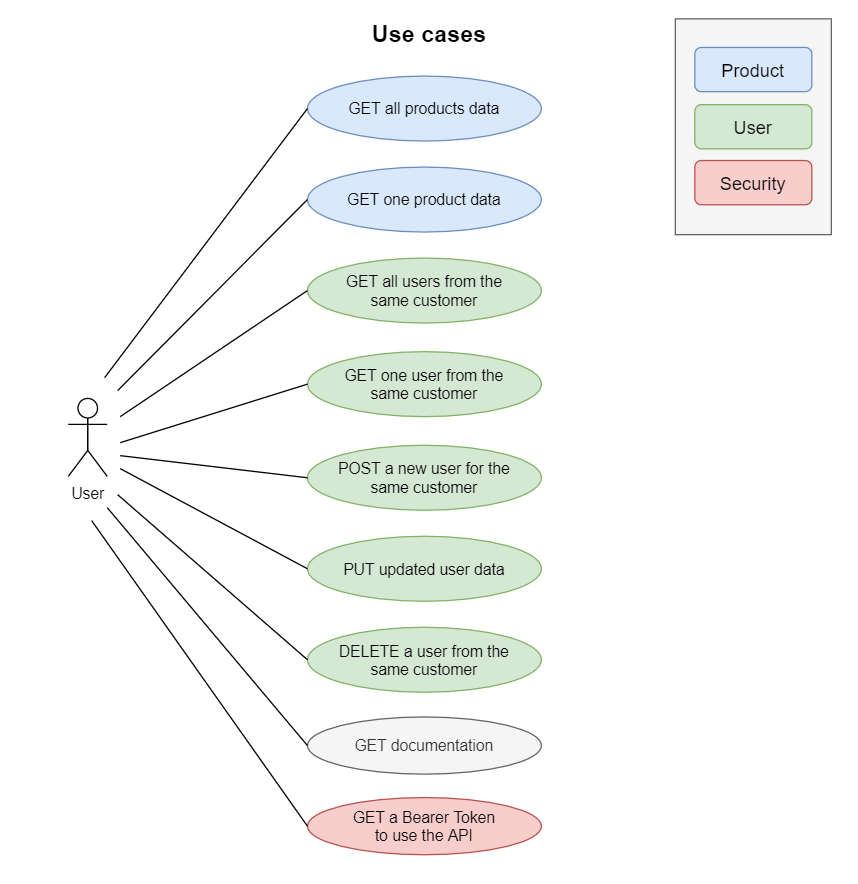
Above: UML/use-cases.png in ElodieBichet/BileMo-API (draw.io), before the change. Source tidied: cells renumbered, new cells last; positions are measured from the earlier drawing's top-left corner, leaving out a move shared by most shapes. The source it was exported from:
```xml
<mxGraphModel>
  <root>
    <mxCell id="0" />
    <mxCell id="1" parent="0" />
    <mxCell id="2" style="rounded=0;whiteSpace=wrap;html=1;fontSize=18;fillColor=#f5f5f5;strokeColor=#666666;fontColor=#333333;" parent="1" vertex="1">
      <mxGeometry x="467" y="3" width="120" height="166" as="geometry" />
    </mxCell>
    <mxCell id="3" value="User" style="shape=umlActor;verticalLabelPosition=bottom;verticalAlign=top;html=1;" parent="1" vertex="1">
      <mxGeometry y="295" width="30" height="60" as="geometry" />
    </mxCell>
    <mxCell id="4" value="GET all products data" style="ellipse;whiteSpace=wrap;html=1;fillColor=#dae8fc;strokeColor=#6c8ebf;" parent="1" vertex="1">
      <mxGeometry x="184" y="47" width="180" height="50" as="geometry" />
    </mxCell>
    <mxCell id="5" value="GET one product data" style="ellipse;whiteSpace=wrap;html=1;fillColor=#dae8fc;strokeColor=#6c8ebf;" parent="1" vertex="1">
      <mxGeometry x="184" y="117" width="180" height="50" as="geometry" />
    </mxCell>
    <mxCell id="6" value="PUT updated user data" style="ellipse;whiteSpace=wrap;html=1;fillColor=#d5e8d4;strokeColor=#82b366;spacing=2;spacingTop=2;spacingLeft=6;spacingBottom=2;spacingRight=6;" parent="1" vertex="1">
      <mxGeometry x="184" y="401" width="180" height="50" as="geometry" />
    </mxCell>
    <mxCell id="7" value="DELETE a user from the&lt;br&gt;same customer" style="ellipse;whiteSpace=wrap;html=1;fillColor=#d5e8d4;strokeColor=#82b366;spacing=2;spacingTop=2;spacingLeft=6;spacingBottom=2;spacingRight=6;" parent="1" vertex="1">
      <mxGeometry x="184" y="471" width="180" height="50" as="geometry" />
    </mxCell>
    <mxCell id="8" value="POST a new user for the&lt;br&gt;same customer" style="ellipse;whiteSpace=wrap;html=1;fillColor=#d5e8d4;strokeColor=#82b366;spacing=2;spacingTop=2;spacingLeft=6;spacingBottom=2;spacingRight=6;" parent="1" vertex="1">
      <mxGeometry x="184" y="331" width="180" height="50" as="geometry" />
    </mxCell>
    <mxCell id="9" value="GET all users from the&lt;br&gt;same customer" style="ellipse;whiteSpace=wrap;html=1;spacing=2;spacingLeft=6;spacingRight=6;spacingBottom=2;spacingTop=2;fillColor=#d5e8d4;strokeColor=#82b366;" parent="1" vertex="1">
      <mxGeometry x="184" y="187" width="180" height="50" as="geometry" />
    </mxCell>
    <mxCell id="10" value="GET one user from the&lt;br&gt;same customer" style="ellipse;whiteSpace=wrap;html=1;fillColor=#d5e8d4;strokeColor=#82b366;spacing=2;spacingTop=2;spacingLeft=6;spacingBottom=2;spacingRight=6;" parent="1" vertex="1">
      <mxGeometry x="184" y="259" width="180" height="50" as="geometry" />
    </mxCell>
    <mxCell id="11" style="endArrow=none;startArrow=none;endFill=0;startFill=0;endSize=8;html=1;verticalAlign=bottom;labelBackgroundColor=none;strokeWidth=1;entryX=0;entryY=0.5;entryDx=0;entryDy=0;" parent="1" edge="1" target="5">
      <mxGeometry relative="1" as="geometry">
        <mxPoint x="38" y="289" as="sourcePoint" />
      </mxGeometry>
    </mxCell>
    <mxCell id="12" style="endArrow=none;startArrow=none;endFill=0;startFill=0;endSize=8;html=1;verticalAlign=bottom;labelBackgroundColor=none;strokeWidth=1;entryX=0;entryY=0.5;entryDx=0;entryDy=0;" parent="1" edge="1" target="4">
      <mxGeometry relative="1" as="geometry">
        <mxPoint x="28" y="279" as="sourcePoint" />
      </mxGeometry>
    </mxCell>
    <mxCell id="13" style="endArrow=none;startArrow=none;endFill=0;startFill=0;endSize=8;html=1;verticalAlign=bottom;labelBackgroundColor=none;strokeWidth=1;entryX=0;entryY=0.5;entryDx=0;entryDy=0;" parent="1" edge="1" target="9">
      <mxGeometry relative="1" as="geometry">
        <mxPoint x="40" y="309" as="sourcePoint" />
      </mxGeometry>
    </mxCell>
    <mxCell id="14" style="endArrow=none;startArrow=none;endFill=0;startFill=0;endSize=8;html=1;verticalAlign=bottom;labelBackgroundColor=none;strokeWidth=1;entryX=0;entryY=0.5;entryDx=0;entryDy=0;" parent="1" edge="1" target="10">
      <mxGeometry relative="1" as="geometry">
        <mxPoint x="40" y="329" as="sourcePoint" />
      </mxGeometry>
    </mxCell>
    <mxCell id="15" style="endArrow=none;startArrow=none;endFill=0;startFill=0;endSize=8;html=1;verticalAlign=bottom;labelBackgroundColor=none;strokeWidth=1;entryX=0;entryY=0.5;entryDx=0;entryDy=0;" parent="1" edge="1" target="8">
      <mxGeometry relative="1" as="geometry">
        <mxPoint x="40" y="339" as="sourcePoint" />
      </mxGeometry>
    </mxCell>
    <mxCell id="16" style="endArrow=none;startArrow=none;endFill=0;startFill=0;endSize=8;html=1;verticalAlign=bottom;labelBackgroundColor=none;strokeWidth=1;entryX=0;entryY=0.5;entryDx=0;entryDy=0;" parent="1" edge="1" target="6">
      <mxGeometry relative="1" as="geometry">
        <mxPoint x="40" y="349" as="sourcePoint" />
      </mxGeometry>
    </mxCell>
    <mxCell id="17" style="endArrow=none;startArrow=none;endFill=0;startFill=0;endSize=8;html=1;verticalAlign=bottom;labelBackgroundColor=none;strokeWidth=1;entryX=0;entryY=0.5;entryDx=0;entryDy=0;" parent="1" edge="1" target="7">
      <mxGeometry relative="1" as="geometry">
        <mxPoint x="38" y="369" as="sourcePoint" />
      </mxGeometry>
    </mxCell>
    <mxCell id="18" value="GET documentation" style="ellipse;whiteSpace=wrap;html=1;spacing=2;spacingLeft=6;spacingRight=6;spacingBottom=2;spacingTop=2;fillColor=#f5f5f5;strokeColor=#666666;fontColor=#333333;" parent="1" vertex="1">
      <mxGeometry x="184" y="540" width="180" height="44" as="geometry" />
    </mxCell>
    <mxCell id="19" style="endArrow=none;startArrow=none;endFill=0;startFill=0;endSize=8;html=1;verticalAlign=bottom;labelBackgroundColor=none;strokeWidth=1;entryX=0;entryY=0.5;entryDx=0;entryDy=0;" parent="1" edge="1" target="18">
      <mxGeometry relative="1" as="geometry">
        <mxPoint x="30" y="379" as="sourcePoint" />
      </mxGeometry>
    </mxCell>
    <mxCell id="20" value="Use cases" style="text;align=center;fontStyle=1;verticalAlign=middle;spacingLeft=3;spacingRight=3;strokeColor=none;fontSize=18;" parent="1" vertex="1">
      <mxGeometry x="198" width="160" height="26" as="geometry" />
    </mxCell>
    <mxCell id="21" value="&lt;font style=&quot;font-size: 14px&quot;&gt;Product&lt;/font&gt;" style="rounded=1;whiteSpace=wrap;html=1;fontSize=18;fillColor=#dae8fc;strokeColor=#6c8ebf;" parent="1" vertex="1">
      <mxGeometry x="482" y="25" width="90" height="34" as="geometry" />
    </mxCell>
    <mxCell id="22" value="&lt;span style=&quot;font-size: 14px&quot;&gt;Security&lt;/span&gt;" style="rounded=1;whiteSpace=wrap;html=1;fontSize=18;fillColor=#f8cecc;strokeColor=#b85450;" parent="1" vertex="1">
      <mxGeometry x="482" y="112" width="90" height="34" as="geometry" />
    </mxCell>
    <mxCell id="23" value="&lt;font style=&quot;font-size: 14px&quot;&gt;User&lt;/font&gt;" style="rounded=1;whiteSpace=wrap;html=1;fontSize=18;fillColor=#d5e8d4;strokeColor=#82b366;" parent="1" vertex="1">
      <mxGeometry x="482" y="69" width="90" height="34" as="geometry" />
    </mxCell>
    <mxCell id="24" value="GET a Bearer Token&lt;br&gt;to use the API" style="ellipse;whiteSpace=wrap;html=1;fillColor=#f8cecc;strokeColor=#b85450;" parent="1" vertex="1">
      <mxGeometry x="184" y="602" width="180" height="44" as="geometry" />
    </mxCell>
    <mxCell id="25" style="endArrow=none;startArrow=none;endFill=0;startFill=0;endSize=8;html=1;verticalAlign=bottom;labelBackgroundColor=none;strokeWidth=1;entryX=0;entryY=0.5;entryDx=0;entryDy=0;" parent="1" edge="1" target="24">
      <mxGeometry relative="1" as="geometry">
        <mxPoint x="18" y="389" as="sourcePoint" />
      </mxGeometry>
    </mxCell>
  </root>
</mxGraphModel>
```
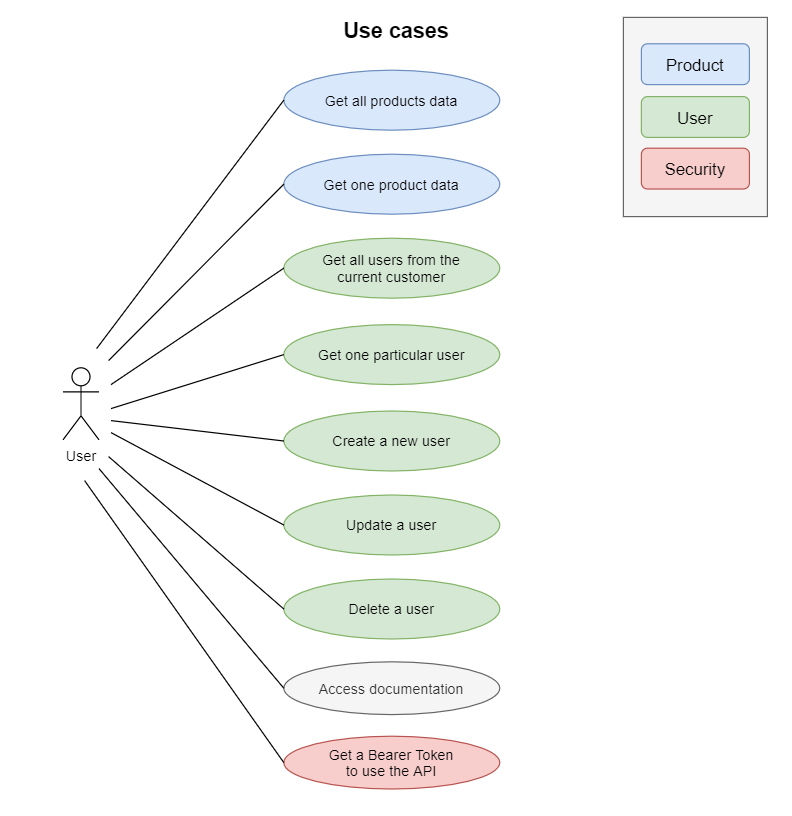
The same diagram one commit later.

Commit message:
update use cases UML scheme

Change to the diagram source:
```diff
@@ -8,25 +8,25 @@
     <mxCell id="3" value="User" style="shape=umlActor;verticalLabelPosition=bottom;verticalAlign=top;html=1;" parent="1" vertex="1">
       <mxGeometry y="295" width="30" height="60" as="geometry" />
     </mxCell>
-    <mxCell id="4" value="GET all products data" style="ellipse;whiteSpace=wrap;html=1;fillColor=#dae8fc;strokeColor=#6c8ebf;" parent="1" vertex="1">
+    <mxCell id="4" value="Get all products data" style="ellipse;whiteSpace=wrap;html=1;fillColor=#dae8fc;strokeColor=#6c8ebf;" parent="1" vertex="1">
       <mxGeometry x="184" y="47" width="180" height="50" as="geometry" />
     </mxCell>
-    <mxCell id="5" value="GET one product data" style="ellipse;whiteSpace=wrap;html=1;fillColor=#dae8fc;strokeColor=#6c8ebf;" parent="1" vertex="1">
+    <mxCell id="5" value="Get one product data" style="ellipse;whiteSpace=wrap;html=1;fillColor=#dae8fc;strokeColor=#6c8ebf;" parent="1" vertex="1">
       <mxGeometry x="184" y="117" width="180" height="50" as="geometry" />
     </mxCell>
-    <mxCell id="6" value="PUT updated user data" style="ellipse;whiteSpace=wrap;html=1;fillColor=#d5e8d4;strokeColor=#82b366;spacing=2;spacingTop=2;spacingLeft=6;spacingBottom=2;spacingRight=6;" parent="1" vertex="1">
+    <mxCell id="6" value="Update a user" style="ellipse;whiteSpace=wrap;html=1;fillColor=#d5e8d4;strokeColor=#82b366;spacing=2;spacingTop=2;spacingLeft=6;spacingBottom=2;spacingRight=6;" parent="1" vertex="1">
       <mxGeometry x="184" y="401" width="180" height="50" as="geometry" />
     </mxCell>
-    <mxCell id="7" value="DELETE a user from the&lt;br&gt;same customer" style="ellipse;whiteSpace=wrap;html=1;fillColor=#d5e8d4;strokeColor=#82b366;spacing=2;spacingTop=2;spacingLeft=6;spacingBottom=2;spacingRight=6;" parent="1" vertex="1">
+    <mxCell id="7" value="Delete a user" style="ellipse;whiteSpace=wrap;html=1;fillColor=#d5e8d4;strokeColor=#82b366;spacing=2;spacingTop=2;spacingLeft=6;spacingBottom=2;spacingRight=6;" parent="1" vertex="1">
       <mxGeometry x="184" y="471" width="180" height="50" as="geometry" />
     </mxCell>
-    <mxCell id="8" value="POST a new user for the&lt;br&gt;same customer" style="ellipse;whiteSpace=wrap;html=1;fillColor=#d5e8d4;strokeColor=#82b366;spacing=2;spacingTop=2;spacingLeft=6;spacingBottom=2;spacingRight=6;" parent="1" vertex="1">
+    <mxCell id="8" value="Create a new user" style="ellipse;whiteSpace=wrap;html=1;fillColor=#d5e8d4;strokeColor=#82b366;spacing=2;spacingTop=2;spacingLeft=6;spacingBottom=2;spacingRight=6;" parent="1" vertex="1">
       <mxGeometry x="184" y="331" width="180" height="50" as="geometry" />
     </mxCell>
-    <mxCell id="9" value="GET all users from the&lt;br&gt;same customer" style="ellipse;whiteSpace=wrap;html=1;spacing=2;spacingLeft=6;spacingRight=6;spacingBottom=2;spacingTop=2;fillColor=#d5e8d4;strokeColor=#82b366;" parent="1" vertex="1">
+    <mxCell id="9" value="Get all users from the&lt;br&gt;current customer" style="ellipse;whiteSpace=wrap;html=1;spacing=2;spacingLeft=6;spacingRight=6;spacingBottom=2;spacingTop=2;fillColor=#d5e8d4;strokeColor=#82b366;" parent="1" vertex="1">
       <mxGeometry x="184" y="187" width="180" height="50" as="geometry" />
     </mxCell>
-    <mxCell id="10" value="GET one user from the&lt;br&gt;same customer" style="ellipse;whiteSpace=wrap;html=1;fillColor=#d5e8d4;strokeColor=#82b366;spacing=2;spacingTop=2;spacingLeft=6;spacingBottom=2;spacingRight=6;" parent="1" vertex="1">
+    <mxCell id="10" value="Get one particular user" style="ellipse;whiteSpace=wrap;html=1;fillColor=#d5e8d4;strokeColor=#82b366;spacing=2;spacingTop=2;spacingLeft=6;spacingBottom=2;spacingRight=6;" parent="1" vertex="1">
       <mxGeometry x="184" y="259" width="180" height="50" as="geometry" />
     </mxCell>
     <mxCell id="11" style="endArrow=none;startArrow=none;endFill=0;startFill=0;endSize=8;html=1;verticalAlign=bottom;labelBackgroundColor=none;strokeWidth=1;entryX=0;entryY=0.5;entryDx=0;entryDy=0;" parent="1" edge="1" target="5">
@@ -64,7 +64,7 @@
         <mxPoint x="38" y="369" as="sourcePoint" />
       </mxGeometry>
     </mxCell>
-    <mxCell id="18" value="GET documentation" style="ellipse;whiteSpace=wrap;html=1;spacing=2;spacingLeft=6;spacingRight=6;spacingBottom=2;spacingTop=2;fillColor=#f5f5f5;strokeColor=#666666;fontColor=#333333;" parent="1" vertex="1">
+    <mxCell id="18" value="Access documentation" style="ellipse;whiteSpace=wrap;html=1;spacing=2;spacingLeft=6;spacingRight=6;spacingBottom=2;spacingTop=2;fillColor=#f5f5f5;strokeColor=#666666;fontColor=#333333;" parent="1" vertex="1">
       <mxGeometry x="184" y="540" width="180" height="44" as="geometry" />
     </mxCell>
     <mxCell id="19" style="endArrow=none;startArrow=none;endFill=0;startFill=0;endSize=8;html=1;verticalAlign=bottom;labelBackgroundColor=none;strokeWidth=1;entryX=0;entryY=0.5;entryDx=0;entryDy=0;" parent="1" edge="1" target="18">
@@ -84,7 +84,7 @@
     <mxCell id="23" value="&lt;font style=&quot;font-size: 14px&quot;&gt;User&lt;/font&gt;" style="rounded=1;whiteSpace=wrap;html=1;fontSize=18;fillColor=#d5e8d4;strokeColor=#82b366;" parent="1" vertex="1">
       <mxGeometry x="482" y="69" width="90" height="34" as="geometry" />
     </mxCell>
-    <mxCell id="24" value="GET a Bearer Token&lt;br&gt;to use the API" style="ellipse;whiteSpace=wrap;html=1;fillColor=#f8cecc;strokeColor=#b85450;" parent="1" vertex="1">
+    <mxCell id="24" value="Get a Bearer Token&lt;br&gt;to use the API" style="ellipse;whiteSpace=wrap;html=1;fillColor=#f8cecc;strokeColor=#b85450;" parent="1" vertex="1">
       <mxGeometry x="184" y="602" width="180" height="44" as="geometry" />
     </mxCell>
     <mxCell id="25" style="endArrow=none;startArrow=none;endFill=0;startFill=0;endSize=8;html=1;verticalAlign=bottom;labelBackgroundColor=none;strokeWidth=1;entryX=0;entryY=0.5;entryDx=0;entryDy=0;" parent="1" edge="1" target="24">
```
